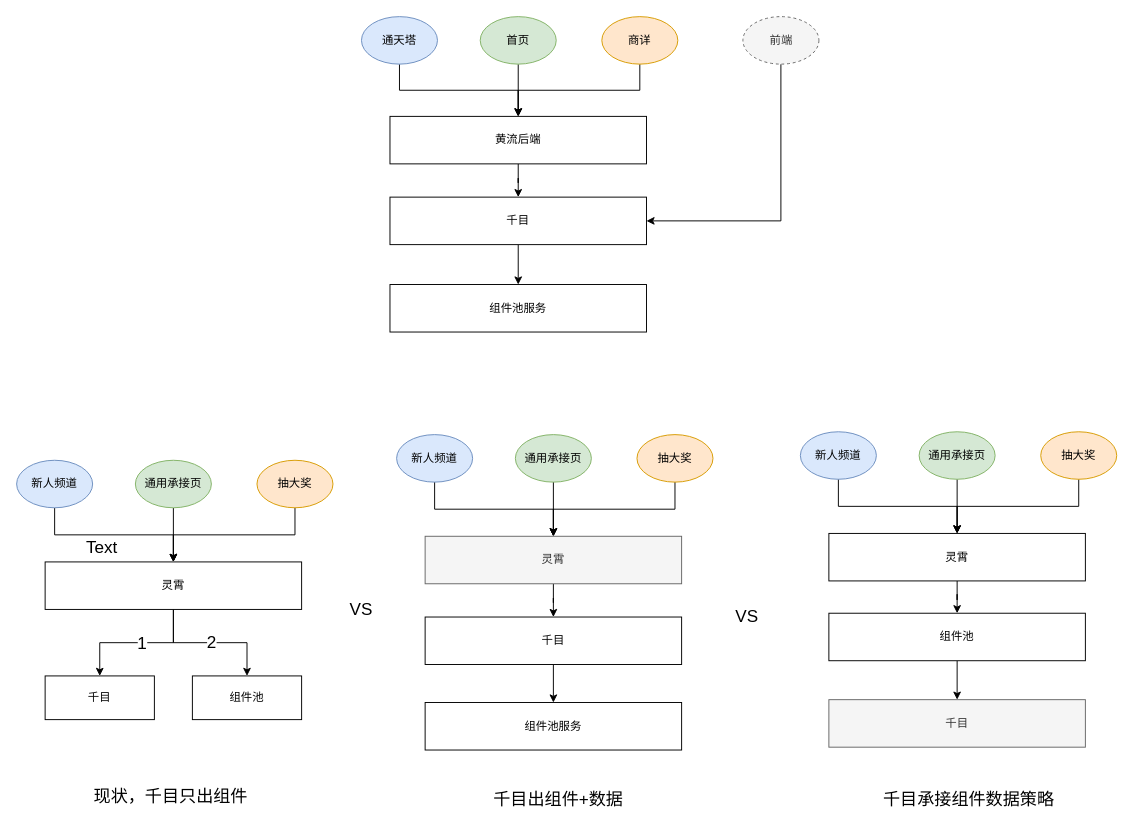
Above: 千目策略方案.drawio in BlankKelly/diagrams (draw.io), before the change. Source tidied: cells renumbered, new cells numbered last; positions are measured from the earlier drawing's top-left corner, leaving out a move shared by most shapes. Both pictures are drawn from the tidied source at 95%, with x=0, y=0 at pixel (16, 16).
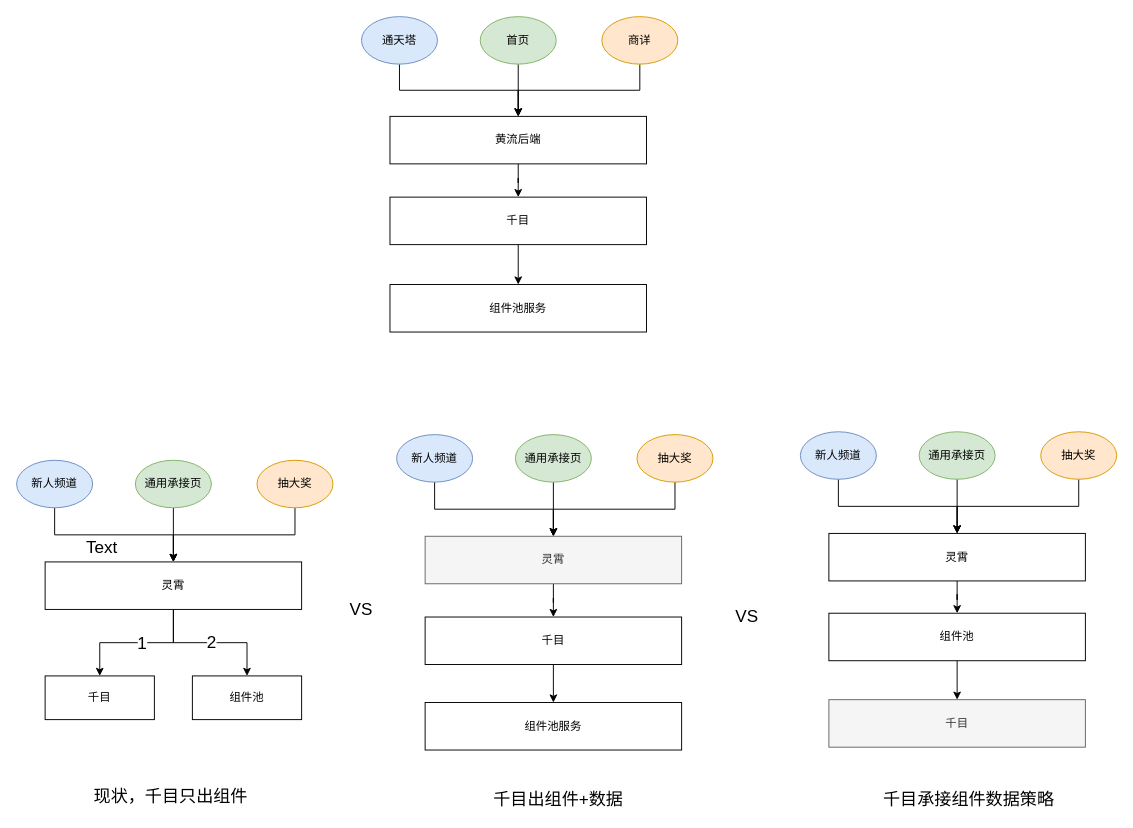
After the change.

Commit message:
更新千目策略方案.drawio

Unchanged cells that the change refers to:
```xml
<mxCell id="11" value="千目" style="rounded=0;whiteSpace=wrap;html=1;" parent="1" vertex="1">
  <mxGeometry x="393" y="190" width="270" height="50" as="geometry" />
</mxCell>
```

Change to the diagram source:
```diff
@@
-    <mxCell id="13" style="edgeStyle=orthogonalEdgeStyle;rounded=0;jettySize=auto;html=1;entryX=1;entryY=0.5;entryDx=0;entryDy=0;exitX=0.5;exitY=1;exitDx=0;exitDy=0;" parent="1" edge="1" source="14" target="11">
-      <mxGeometry relative="1" as="geometry" />
-    </mxCell>
-    <mxCell id="14" value="前端" style="ellipse;whiteSpace=wrap;html=1;fillColor=#f5f5f5;strokeColor=#666666;fontColor=#333333;dashed=1;" parent="1" vertex="1">
-      <mxGeometry x="764.5" width="80" height="50" as="geometry" />
-    </mxCell>
```
